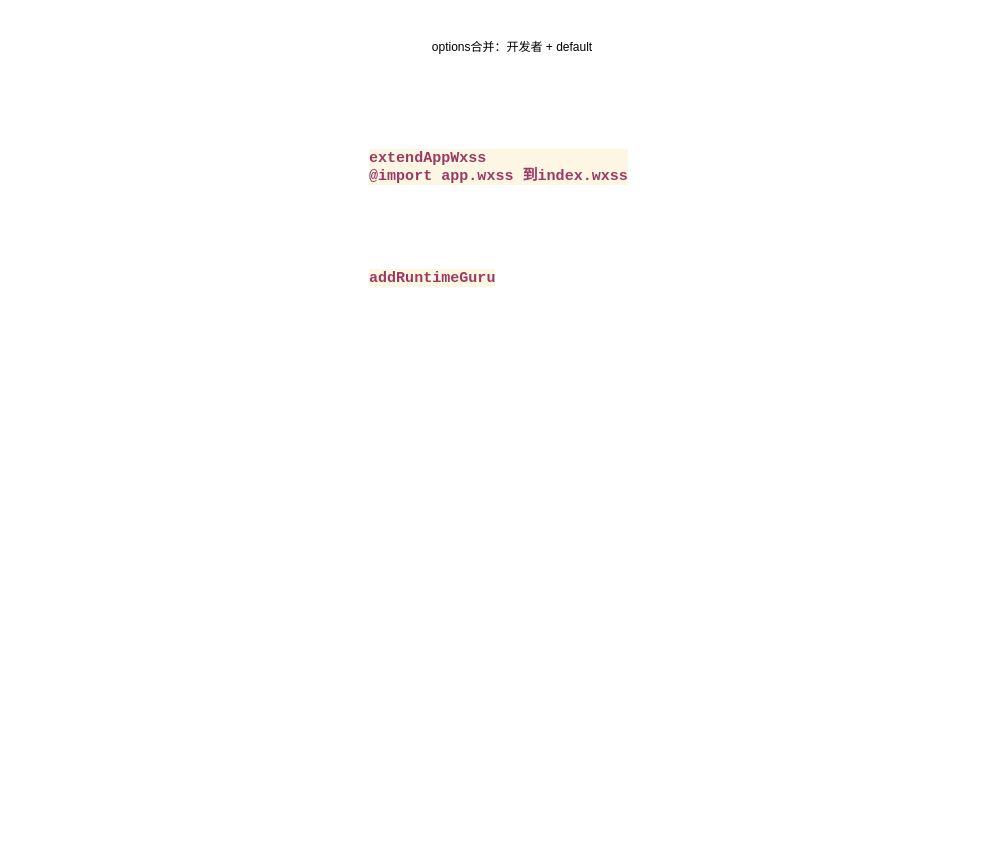
Earlier version of the draw.io diagram drawio-graph/小程序微前端.drawio (yusongjohn/blog). Source tidied: cells renumbered, new cells numbered last; positions are measured from the earlier drawing's top-left corner, leaving out a move shared by most shapes. Both pictures are drawn from the tidied source at 100%, with x=0, y=0 at pixel (367, 17).
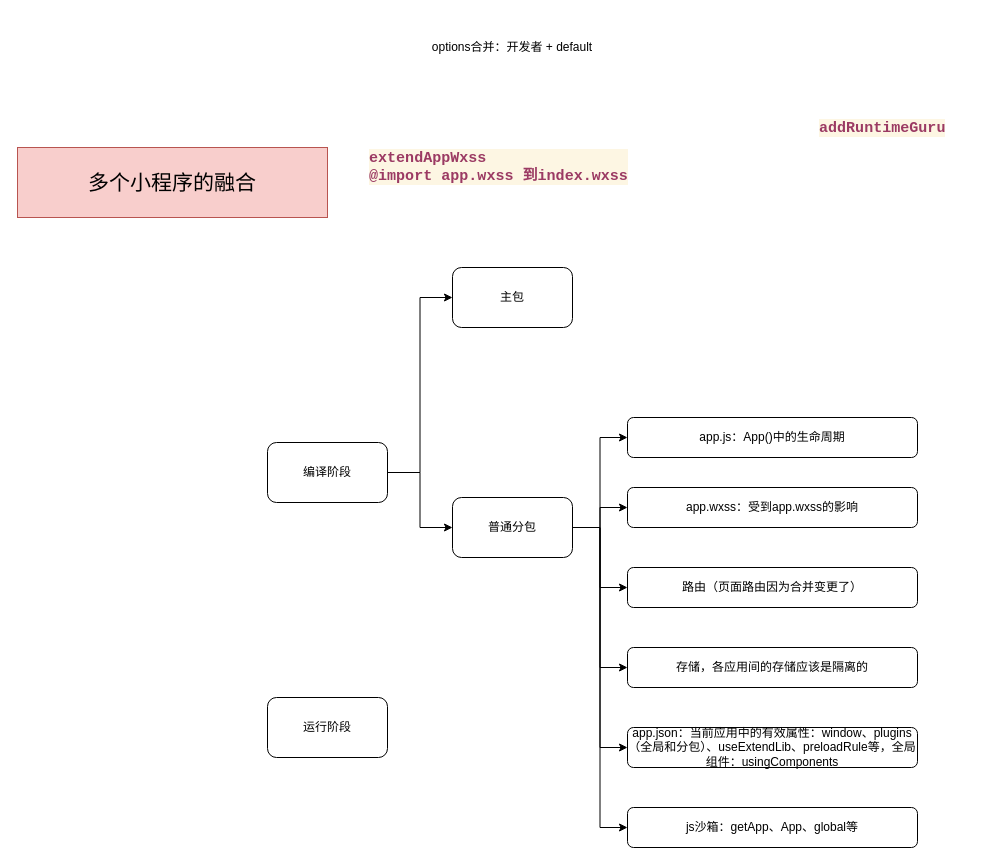
The same page after the edit.

Commit message:
更新小程序微前端.drawio

Change to the diagram source:
```diff
@@
     <mxCell id="4" value="&lt;pre style=&quot;background-color:#fdf6e3;color:#2f3f50;font-family:'Fira Code',monospace;font-size:11.3pt;&quot;&gt;&lt;span style=&quot;color:#9b3a63;font-weight:bold;&quot;&gt;addRuntimeGuru&lt;/span&gt;&lt;/pre&gt;" style="text;whiteSpace=wrap;html=1;" parent="1" vertex="1">
-      <mxGeometry y="230" width="160" height="70" as="geometry" />
+      <mxGeometry x="450" y="80" width="160" height="70" as="geometry" />
     </mxCell>
+    <mxCell id="5" style="edgeStyle=orthogonalEdgeStyle;rounded=0;jettySize=auto;html=1;entryX=0;entryY=0.5;entryDx=0;entryDy=0;" parent="1" edge="1" source="7" target="9">
+      <mxGeometry relative="1" as="geometry" />
+    </mxCell>
+    <mxCell id="6" style="edgeStyle=orthogonalEdgeStyle;rounded=0;jettySize=auto;html=1;" parent="1" edge="1" source="7" target="16">
+      <mxGeometry relative="1" as="geometry" />
+    </mxCell>
+    <mxCell id="7" value="编译阶段" style="rounded=1;whiteSpace=wrap;html=1;" parent="1" vertex="1">
+      <mxGeometry x="-100" y="425" width="120" height="60" as="geometry" />
+    </mxCell>
+    <mxCell id="8" value="运行阶段" style="rounded=1;whiteSpace=wrap;html=1;" parent="1" vertex="1">
+      <mxGeometry x="-100" y="680" width="120" height="60" as="geometry" />
+    </mxCell>
+    <mxCell id="9" value="主包" style="rounded=1;whiteSpace=wrap;html=1;" parent="1" vertex="1">
+      <mxGeometry x="85" y="250" width="120" height="60" as="geometry" />
+    </mxCell>
+    <mxCell id="10" style="edgeStyle=orthogonalEdgeStyle;rounded=0;jettySize=auto;html=1;entryX=0;entryY=0.5;entryDx=0;entryDy=0;" parent="1" edge="1" source="16" target="17">
+      <mxGeometry relative="1" as="geometry" />
+    </mxCell>
+    <mxCell id="11" style="edgeStyle=orthogonalEdgeStyle;rounded=0;jettySize=auto;html=1;fontSize=21;" parent="1" edge="1" source="16" target="19">
+      <mxGeometry relative="1" as="geometry" />
+    </mxCell>
+    <mxCell id="12" style="edgeStyle=orthogonalEdgeStyle;rounded=0;jettySize=auto;html=1;entryX=0;entryY=0.5;entryDx=0;entryDy=0;fontSize=21;" parent="1" edge="1" source="16" target="20">
+      <mxGeometry relative="1" as="geometry" />
+    </mxCell>
+    <mxCell id="13" style="edgeStyle=orthogonalEdgeStyle;rounded=0;jettySize=auto;html=1;entryX=0;entryY=0.5;entryDx=0;entryDy=0;fontSize=21;" parent="1" edge="1" source="16" target="21">
+      <mxGeometry relative="1" as="geometry" />
+    </mxCell>
+    <mxCell id="14" style="edgeStyle=orthogonalEdgeStyle;rounded=0;jettySize=auto;html=1;entryX=0;entryY=0.5;entryDx=0;entryDy=0;fontSize=21;" parent="1" edge="1" source="16" target="22">
+      <mxGeometry relative="1" as="geometry" />
+    </mxCell>
+    <mxCell id="15" style="edgeStyle=orthogonalEdgeStyle;rounded=0;jettySize=auto;html=1;entryX=0;entryY=0.5;entryDx=0;entryDy=0;fontSize=21;" parent="1" edge="1" source="16" target="23">
+      <mxGeometry relative="1" as="geometry" />
+    </mxCell>
+    <mxCell id="16" value="普通分包" style="rounded=1;whiteSpace=wrap;html=1;" parent="1" vertex="1">
+      <mxGeometry x="85" y="480" width="120" height="60" as="geometry" />
+    </mxCell>
+    <mxCell id="17" value="app.js：App()中的生命周期" style="rounded=1;whiteSpace=wrap;html=1;" parent="1" vertex="1">
+      <mxGeometry x="260" y="400" width="290" height="40" as="geometry" />
+    </mxCell>
+    <mxCell id="18" value="多个小程序的融合" style="text;html=1;strokeColor=#b85450;fillColor=#f8cecc;align=center;verticalAlign=middle;whiteSpace=wrap;rounded=0;fontSize=21;" parent="1" vertex="1">
+      <mxGeometry x="-350" y="130" width="310" height="70" as="geometry" />
+    </mxCell>
+    <mxCell id="19" value="app.wxss：受到app.wxss的影响" style="rounded=1;whiteSpace=wrap;html=1;" parent="1" vertex="1">
+      <mxGeometry x="260" y="470" width="290" height="40" as="geometry" />
+    </mxCell>
+    <mxCell id="20" value="路由（页面路由因为合并变更了）" style="rounded=1;whiteSpace=wrap;html=1;" parent="1" vertex="1">
+      <mxGeometry x="260" y="550" width="290" height="40" as="geometry" />
+    </mxCell>
+    <mxCell id="21" value="存储，各应用间的存储应该是隔离的" style="rounded=1;whiteSpace=wrap;html=1;" parent="1" vertex="1">
+      <mxGeometry x="260" y="630" width="290" height="40" as="geometry" />
+    </mxCell>
+    <mxCell id="22" value="app.json：当前应用中的有效属性：window、plugins（全局和分包）、useExtendLib、preloadRule等，全局组件：usingComponents" style="rounded=1;whiteSpace=wrap;html=1;" parent="1" vertex="1">
+      <mxGeometry x="260" y="710" width="290" height="40" as="geometry" />
+    </mxCell>
+    <mxCell id="23" value="js沙箱：getApp、App、global等" style="rounded=1;whiteSpace=wrap;html=1;" parent="1" vertex="1">
+      <mxGeometry x="260" y="790" width="290" height="40" as="geometry" />
+    </mxCell>
```
